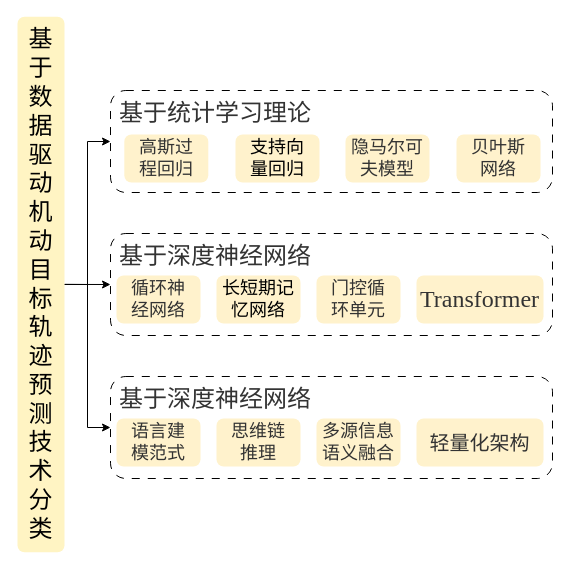
Before: 框架2.drawio in master-fency/plot, a draw.io diagram. Source tidied: cells renumbered, new cells numbered last; positions are measured from the earlier drawing's top-left corner, leaving out a move shared by most shapes. Both pictures are drawn from the tidied source at 100%, with x=0, y=0 at pixel (17, 16).
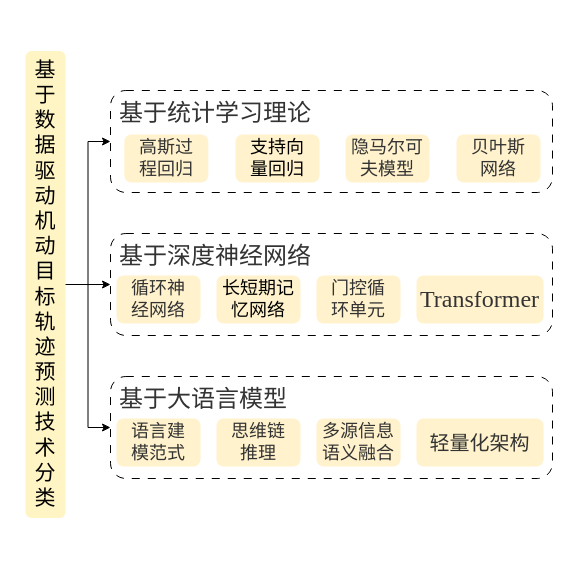
After the change.

The change refers to these unchanged cells:
```xml
<mxCell id="20" style="group;" parent="1" vertex="1">
  <mxGeometry x="93" y="360" width="442" height="102" as="geometry" />
</mxCell>
```

What changed in the source:
```diff
@@
-    <mxCell id="5" value="&lt;span class=&quot;a0&quot;&gt;&lt;font face=&quot;Times New Roman&quot; style=&quot;font-size: 24px;&quot;&gt;基于数据驱动机动目标轨迹预测技术分类&lt;/font&gt;&lt;/span&gt;" style="rounded=1;whiteSpace=wrap;html=1;fillColor=#FFF4C3;strokeColor=none;" parent="1" vertex="1">
-      <mxGeometry y="0.2" width="47" height="535.5" as="geometry" />
+    <mxCell id="5" value="&lt;span class=&quot;a0&quot;&gt;&lt;font face=&quot;Times New Roman&quot; style=&quot;font-size: 21px;&quot;&gt;基于数据驱动机动目标轨迹预测技术分类&lt;/font&gt;&lt;/span&gt;" style="rounded=1;whiteSpace=wrap;html=1;fillColor=#FFF4C3;strokeColor=none;" parent="1" vertex="1">
+      <mxGeometry x="8" y="34.6" width="40" height="466.8" as="geometry" />
     </mxCell>
@@
-    <mxCell id="21" value="&lt;div style=&quot;line-height: 150%;&quot;&gt;&lt;span style=&quot;font-size: 24px; font-family: &amp;quot;Times New Roman&amp;quot;; background-color: transparent; color: light-dark(rgb(51, 51, 51), rgb(193, 193, 193));&quot;&gt;基于深度神经网络&lt;/span&gt;&lt;/div&gt;" style="rounded=1;whiteSpace=wrap;html=1;fillColor=none;fontColor=#333333;strokeColor=#000000;align=left;verticalAlign=top;spacingTop=7.874;spacingLeft=7.874;dashed=1;dashPattern=8 8;" parent="20" vertex="1">
+    <mxCell id="21" value="&lt;div style=&quot;line-height: 150%;&quot;&gt;&lt;span style=&quot;font-size: 24px; font-family: &amp;quot;Times New Roman&amp;quot;; background-color: transparent; color: light-dark(rgb(51, 51, 51), rgb(193, 193, 193));&quot;&gt;基于大语言模型&lt;/span&gt;&lt;/div&gt;" style="rounded=1;whiteSpace=wrap;html=1;fillColor=none;fontColor=#333333;strokeColor=#000000;align=left;verticalAlign=top;spacingTop=7.874;spacingLeft=7.874;dashed=1;dashPattern=8 8;" parent="20" vertex="1">
       <mxGeometry width="442" height="102" as="geometry" />
     </mxCell>
```
